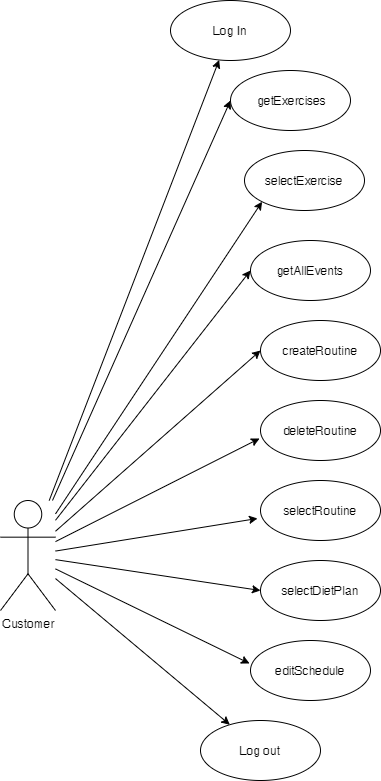
renttrent/Techengers keeps this draw.io diagram as Diagrams/UML/UseCases/Customer.png. Above is the earlier version. Source tidied: cells renumbered, new cells last; positions are measured from the earlier drawing's top-left corner, leaving out a move shared by most shapes.
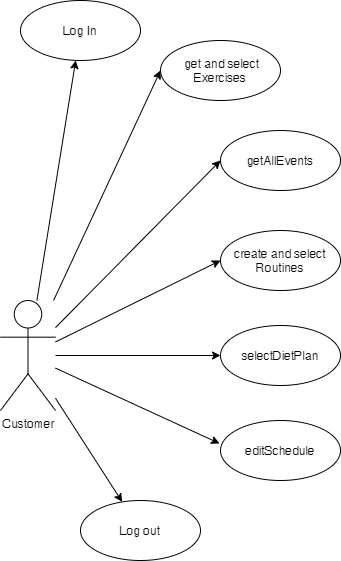
After the change.

Diff of the diagram source:
```diff
@@ -11,18 +11,9 @@
     <mxCell id="4" style="edgeStyle=none;rounded=0;jettySize=auto;html=1;entryX=0;entryY=0.5;entryDx=0;entryDy=0;" parent="1" edge="1" source="12" target="15">
       <mxGeometry relative="1" as="geometry" />
     </mxCell>
-    <mxCell id="5" style="edgeStyle=none;rounded=0;jettySize=auto;html=1;entryX=0;entryY=1;entryDx=0;entryDy=0;" parent="1" edge="1" source="12" target="19">
-      <mxGeometry relative="1" as="geometry" />
-    </mxCell>
     <mxCell id="6" style="edgeStyle=none;rounded=0;jettySize=auto;html=1;entryX=0;entryY=0.5;entryDx=0;entryDy=0;" parent="1" edge="1" source="12" target="16">
       <mxGeometry relative="1" as="geometry" />
     </mxCell>
-    <mxCell id="7" style="edgeStyle=none;rounded=0;jettySize=auto;html=1;entryX=-0.008;entryY=0.633;entryDx=0;entryDy=0;entryPerimeter=0;" parent="1" edge="1" source="12" target="22">
-      <mxGeometry relative="1" as="geometry" />
-    </mxCell>
-    <mxCell id="8" style="edgeStyle=none;rounded=0;jettySize=auto;html=1;entryX=-0.025;entryY=0.633;entryDx=0;entryDy=0;entryPerimeter=0;" parent="1" edge="1" source="12" target="17">
-      <mxGeometry relative="1" as="geometry" />
-    </mxCell>
     <mxCell id="9" style="edgeStyle=none;rounded=0;jettySize=auto;html=1;entryX=0;entryY=0.5;entryDx=0;entryDy=0;" parent="1" edge="1" source="12" target="18">
       <mxGeometry relative="1" as="geometry" />
     </mxCell>
@@ -36,34 +27,25 @@
       <mxGeometry y="500" width="55" height="110" as="geometry" />
     </mxCell>
     <mxCell id="13" value="Log In" style="ellipse;whiteSpace=wrap;html=1;" parent="1" vertex="1">
-      <mxGeometry x="170" width="120" height="60" as="geometry" />
+      <mxGeometry x="20" y="200" width="120" height="60" as="geometry" />
     </mxCell>
-    <mxCell id="14" value="&amp;nbsp;getExercises" style="ellipse;whiteSpace=wrap;html=1;" parent="1" vertex="1">
-      <mxGeometry x="230" y="70" width="120" height="60" as="geometry" />
+    <mxCell id="14" value="&amp;nbsp;get and select Exercises" style="ellipse;whiteSpace=wrap;html=1;" parent="1" vertex="1">
+      <mxGeometry x="160" y="240" width="120" height="60" as="geometry" />
     </mxCell>
     <mxCell id="15" value="getAllEvents" style="ellipse;whiteSpace=wrap;html=1;" parent="1" vertex="1">
-      <mxGeometry x="250" y="240" width="120" height="60" as="geometry" />
+      <mxGeometry x="220" y="330" width="120" height="60" as="geometry" />
     </mxCell>
-    <mxCell id="16" value="createRoutine" style="ellipse;whiteSpace=wrap;html=1;" parent="1" vertex="1">
-      <mxGeometry x="260" y="320" width="120" height="60" as="geometry" />
+    <mxCell id="16" value="create and select Routines" style="ellipse;whiteSpace=wrap;html=1;" parent="1" vertex="1">
+      <mxGeometry x="220" y="430" width="120" height="60" as="geometry" />
     </mxCell>
-    <mxCell id="17" value="selectRoutine" style="ellipse;whiteSpace=wrap;html=1;" parent="1" vertex="1">
-      <mxGeometry x="260" y="480" width="120" height="60" as="geometry" />
-    </mxCell>
     <mxCell id="18" value="selectDietPlan" style="ellipse;whiteSpace=wrap;html=1;" parent="1" vertex="1">
-      <mxGeometry x="260" y="560" width="120" height="60" as="geometry" />
+      <mxGeometry x="220" y="525" width="120" height="60" as="geometry" />
     </mxCell>
-    <mxCell id="19" value="selectExercise" style="ellipse;whiteSpace=wrap;html=1;" parent="1" vertex="1">
-      <mxGeometry x="244" y="150" width="120" height="60" as="geometry" />
-    </mxCell>
     <mxCell id="20" value="editSchedule" style="ellipse;whiteSpace=wrap;html=1;" parent="1" vertex="1">
-      <mxGeometry x="250" y="640" width="120" height="60" as="geometry" />
+      <mxGeometry x="220" y="620" width="120" height="60" as="geometry" />
     </mxCell>
     <mxCell id="21" value="Log out" style="ellipse;whiteSpace=wrap;html=1;" parent="1" vertex="1">
-      <mxGeometry x="200" y="720" width="120" height="60" as="geometry" />
+      <mxGeometry x="80" y="700" width="120" height="60" as="geometry" />
     </mxCell>
-    <mxCell id="22" value="deleteRoutine" style="ellipse;whiteSpace=wrap;html=1;" parent="1" vertex="1">
-      <mxGeometry x="260" y="400" width="120" height="60" as="geometry" />
-    </mxCell>
   </root>
 </mxGraphModel>
```
